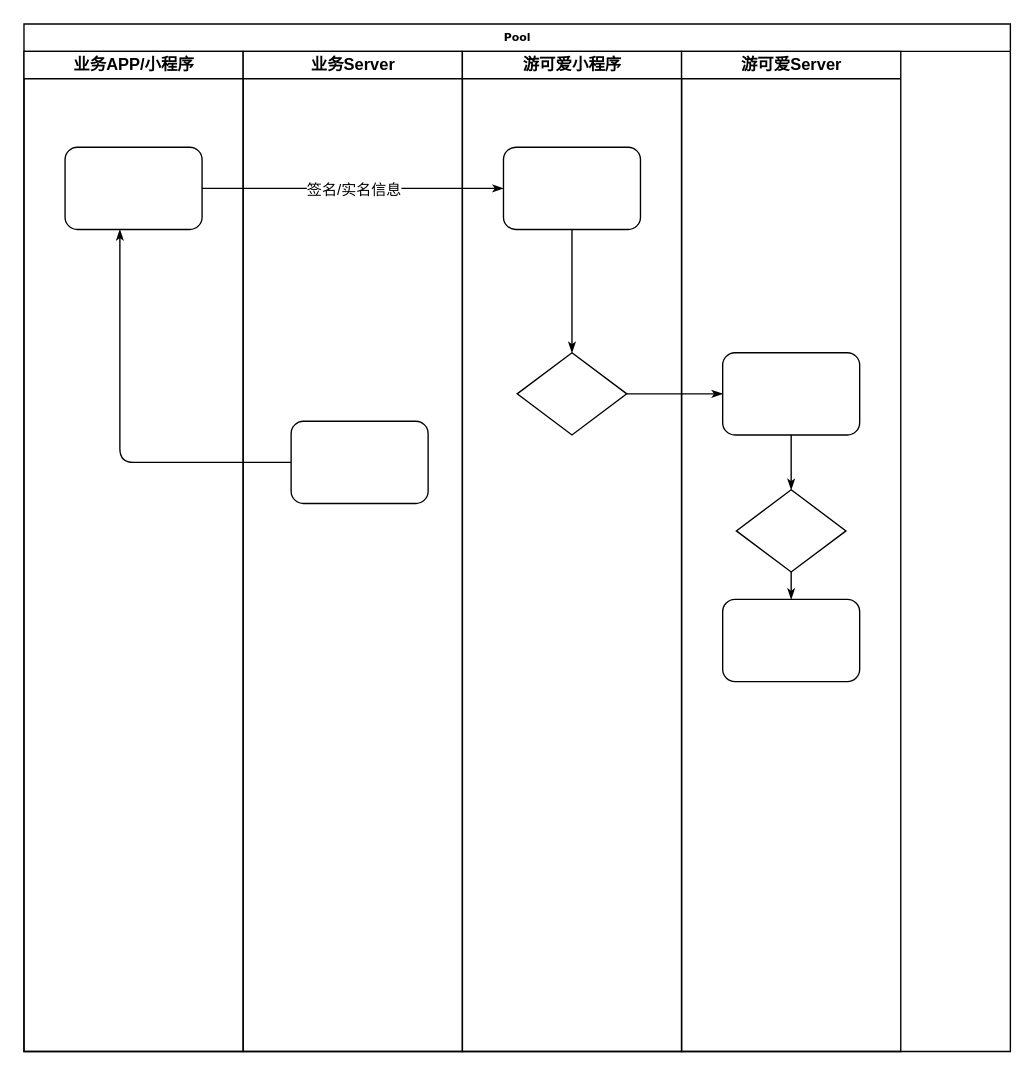
This is 2024/03/07/hello-world/未命名绘图.drawio from caiziqi33/caiziqi33.github.io, a draw.io file, before an edit. Source tidied: cells renumbered, new cells numbered last; positions are measured from the earlier drawing's top-left corner, leaving out a move shared by most shapes. Both pictures are drawn from the tidied source at 137%, with x=0, y=0 at pixel (23, 23).
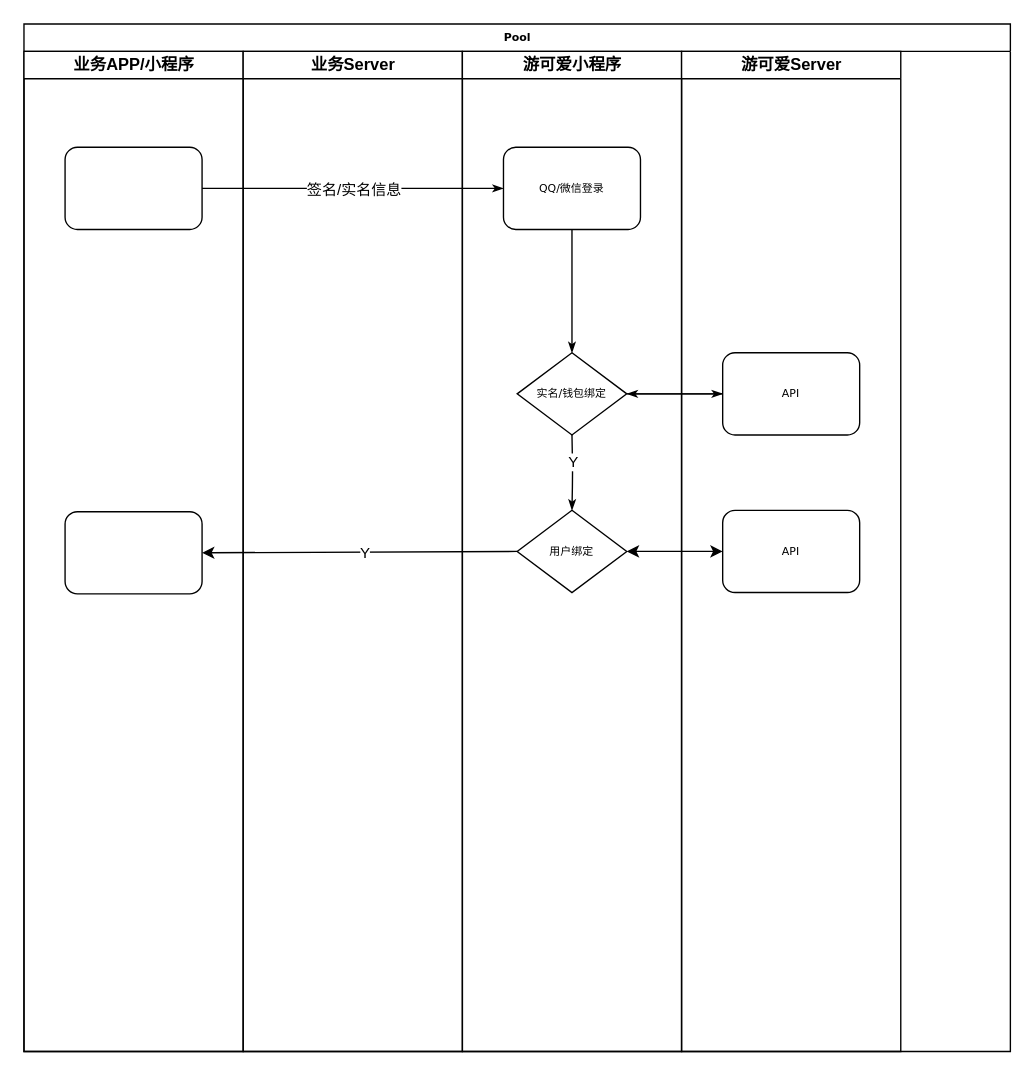
The same page after the edit.

Commit message (it also covers changes not shown here):
更新未命名绘图.drawio

Unchanged cells that the change refers to:
```xml
<mxCell id="2" value="Pool" style="swimlane;html=1;startSize=20;rounded=0;shadow=0;labelBackgroundColor=none;strokeWidth=1;fontFamily=Verdana;fontSize=8;align=center;" parent="1" vertex="1">
  <mxGeometry width="720" height="750" as="geometry" />
</mxCell>
<mxCell id="3" value="业务APP/小程序" style="swimlane;html=1;startSize=20;" parent="2" vertex="1">
  <mxGeometry y="20" width="160" height="730" as="geometry" />
</mxCell>
<mxCell id="4" style="rounded=1;whiteSpace=wrap;html=1;shadow=0;labelBackgroundColor=none;strokeWidth=1;fontFamily=Verdana;fontSize=8;align=center;" parent="3" vertex="1">
  <mxGeometry x="30" y="70" width="100" height="60" as="geometry" />
</mxCell>
<mxCell id="9" value="业务Server" style="swimlane;html=1;startSize=20;" parent="2" vertex="1">
  <mxGeometry x="160" y="20" width="160" height="730" as="geometry" />
</mxCell>
<mxCell id="11" value="游可爱小程序" style="swimlane;html=1;startSize=20;" parent="2" vertex="1">
  <mxGeometry x="320" y="20" width="160" height="730" as="geometry" />
</mxCell>
<mxCell id="15" value="游可爱Server" style="swimlane;html=1;startSize=20;" parent="2" vertex="1">
  <mxGeometry x="480" y="20" width="160" height="730" as="geometry" />
</mxCell>
```

Change to the diagram source:
```diff
@@
-    <mxCell id="5" style="edgeStyle=orthogonalEdgeStyle;rounded=1;html=1;labelBackgroundColor=none;startArrow=none;startFill=0;startSize=5;endArrow=classicThin;endFill=1;endSize=5;jettySize=auto;strokeWidth=1;fontFamily=Verdana;fontSize=8;" parent="2" edge="1" source="10" target="4">
-      <mxGeometry relative="1" as="geometry">
-        <Array as="points">
-          <mxPoint x="240" y="320" />
-          <mxPoint x="70" y="320" />
-        </Array>
-      </mxGeometry>
-    </mxCell>
+    <mxCell id="10" style="rounded=1;whiteSpace=wrap;html=1;shadow=0;labelBackgroundColor=none;strokeWidth=1;fontFamily=Verdana;fontSize=8;align=center;" parent="3" vertex="1">
+      <mxGeometry x="30" y="336" width="100" height="60" as="geometry" />
+    </mxCell>
@@
-    <mxCell id="10" style="rounded=1;whiteSpace=wrap;html=1;shadow=0;labelBackgroundColor=none;strokeWidth=1;fontFamily=Verdana;fontSize=8;align=center;" parent="9" vertex="1">
-      <mxGeometry x="35" y="270" width="100" height="60" as="geometry" />
-    </mxCell>
@@
-    <mxCell id="12" style="rounded=1;whiteSpace=wrap;html=1;shadow=0;labelBackgroundColor=none;strokeWidth=1;fontFamily=Verdana;fontSize=8;align=center;" parent="11" vertex="1">
+    <mxCell id="12" value="QQ/微信登录" style="rounded=1;whiteSpace=wrap;html=1;shadow=0;labelBackgroundColor=none;strokeWidth=1;fontFamily=Verdana;fontSize=8;align=center;" parent="11" vertex="1">
       <mxGeometry x="30" y="70" width="100" height="60" as="geometry" />
     </mxCell>
-    <mxCell id="13" style="rhombus;whiteSpace=wrap;html=1;rounded=0;shadow=0;labelBackgroundColor=none;strokeWidth=1;fontFamily=Verdana;fontSize=8;align=center;" parent="11" vertex="1">
+    <mxCell id="13" value="实名/钱包绑定" style="rhombus;whiteSpace=wrap;html=1;rounded=0;shadow=0;labelBackgroundColor=none;strokeWidth=1;fontFamily=Verdana;fontSize=8;align=center;" parent="11" vertex="1">
       <mxGeometry x="40" y="220" width="80" height="60" as="geometry" />
     </mxCell>
@@
+    <mxCell id="17" value="用户绑定" style="rhombus;whiteSpace=wrap;html=1;rounded=0;shadow=0;labelBackgroundColor=none;strokeWidth=1;fontFamily=Verdana;fontSize=8;align=center;" parent="11" vertex="1">
+      <mxGeometry x="40" y="335" width="80" height="60" as="geometry" />
+    </mxCell>
@@
-    <mxCell id="16" style="rounded=1;whiteSpace=wrap;html=1;shadow=0;labelBackgroundColor=none;strokeWidth=1;fontFamily=Verdana;fontSize=8;align=center;" parent="15" vertex="1">
+    <mxCell id="16" value="API" style="rounded=1;whiteSpace=wrap;html=1;shadow=0;labelBackgroundColor=none;strokeWidth=1;fontFamily=Verdana;fontSize=8;align=center;" parent="15" vertex="1">
       <mxGeometry x="30" y="220" width="100" height="60" as="geometry" />
     </mxCell>
-    <mxCell id="17" style="rhombus;whiteSpace=wrap;html=1;rounded=0;shadow=0;labelBackgroundColor=none;strokeWidth=1;fontFamily=Verdana;fontSize=8;align=center;" parent="15" vertex="1">
-      <mxGeometry x="40" y="320" width="80" height="60" as="geometry" />
-    </mxCell>
-    <mxCell id="18" style="rounded=1;whiteSpace=wrap;html=1;shadow=0;labelBackgroundColor=none;strokeWidth=1;fontFamily=Verdana;fontSize=8;align=center;" parent="15" vertex="1">
-      <mxGeometry x="30" y="400" width="100" height="60" as="geometry" />
+    <mxCell id="18" value="API" style="rounded=1;whiteSpace=wrap;html=1;shadow=0;labelBackgroundColor=none;strokeWidth=1;fontFamily=Verdana;fontSize=8;align=center;" parent="15" vertex="1">
+      <mxGeometry x="30" y="335" width="100" height="60" as="geometry" />
     </mxCell>
-    <mxCell id="19" style="edgeStyle=orthogonalEdgeStyle;rounded=1;html=1;labelBackgroundColor=none;startArrow=none;startFill=0;startSize=5;endArrow=classicThin;endFill=1;endSize=5;jettySize=auto;strokeColor=#000000;strokeWidth=1;fontFamily=Verdana;fontSize=8;fontColor=#000000;" parent="15" edge="1" source="16" target="17">
-      <mxGeometry relative="1" as="geometry" />
+    <mxCell id="19" style="edgeStyle=orthogonalEdgeStyle;rounded=1;html=1;labelBackgroundColor=none;startArrow=none;startFill=0;startSize=5;endArrow=classicThin;endFill=1;endSize=5;jettySize=auto;strokeColor=#000000;strokeWidth=1;fontFamily=Verdana;fontSize=8;fontColor=#000000;" parent="2" edge="1" source="16">
+      <mxGeometry relative="1" as="geometry">
+        <mxPoint x="440" y="270" as="targetPoint" />
+      </mxGeometry>
     </mxCell>
-    <mxCell id="20" style="edgeStyle=orthogonalEdgeStyle;rounded=1;html=1;labelBackgroundColor=none;startArrow=none;startFill=0;startSize=5;endArrow=classicThin;endFill=1;endSize=5;jettySize=auto;strokeWidth=1;fontFamily=Verdana;fontSize=8;" parent="15" edge="1" source="17" target="18">
+    <mxCell id="20" style="endArrow=classic;startArrow=classic;html=1;rounded=0;exitX=1;exitY=0.5;exitDx=0;exitDy=0;entryX=0;entryY=0.5;entryDx=0;entryDy=0;" parent="2" edge="1" source="17" target="18">
       <mxGeometry relative="1" as="geometry" />
     </mxCell>
+    <mxCell id="21" style="endArrow=classic;html=1;rounded=0;entryX=1;entryY=0.5;entryDx=0;entryDy=0;exitX=0;exitY=0.5;exitDx=0;exitDy=0;" parent="2" edge="1" source="17" target="10">
+      <mxGeometry relative="1" as="geometry" />
+    </mxCell>
+    <mxCell id="22" value="Y" style="edgeLabel;html=1;align=center;verticalAlign=middle;" parent="21" vertex="1">
+      <mxGeometry x="-0.03" relative="1" as="geometry" />
+    </mxCell>
+    <mxCell id="23" style="edgeStyle=orthogonalEdgeStyle;rounded=1;html=1;labelBackgroundColor=none;startArrow=none;startFill=0;startSize=5;endArrow=classicThin;endFill=1;endSize=5;jettySize=auto;strokeColor=#000000;strokeWidth=1;fontFamily=Verdana;fontSize=8;fontColor=#000000;entryX=0.5;entryY=0;entryDx=0;entryDy=0;" parent="1" edge="1" target="17">
+      <mxGeometry relative="1" as="geometry">
+        <mxPoint x="400" y="300" as="sourcePoint" />
+      </mxGeometry>
+    </mxCell>
+    <mxCell id="24" value="Y" style="edgeLabel;html=1;align=center;verticalAlign=middle;" parent="23" vertex="1">
+      <mxGeometry x="-0.28" relative="1" as="geometry" />
+    </mxCell>
```
